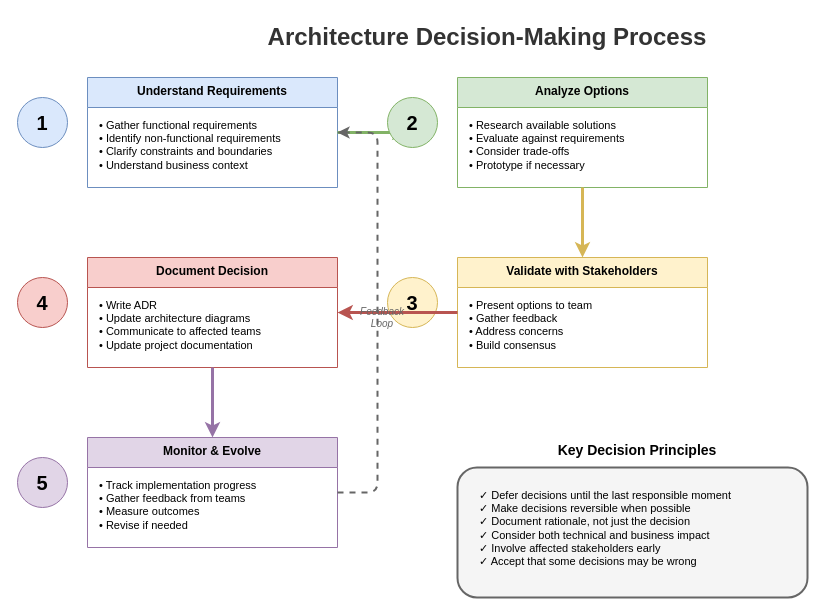
Before: lesson-00-software-architect-overview/diagrams/1.4-decision-making-process.drawio in MrParkerZ7/document-lesson-software-architect-x-claude, a draw.io diagram. Source tidied: cells renumbered, new cells numbered last; positions are measured from the earlier drawing's top-left corner, leaving out a move shared by most shapes. Both pictures are drawn from the tidied source at 100%, with x=0, y=0 at pixel (17, 17).
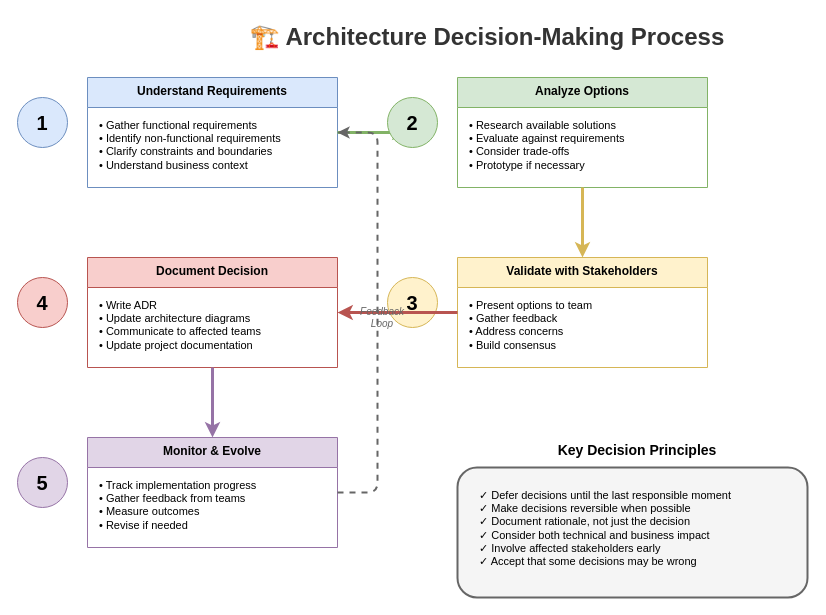
The same diagram, later.

Change to the diagram source:
```diff
@@
-    <mxCell id="2" value="Architecture Decision-Making Process" style="text;html=1;strokeColor=none;fillColor=none;align=center;verticalAlign=middle;whiteSpace=wrap;rounded=0;fontSize=24;fontStyle=1;fontColor=#333333;" parent="1" vertex="1">
+    <mxCell id="2" value="🏗️ Architecture Decision-Making Process" style="text;html=1;strokeColor=none;fillColor=none;align=center;verticalAlign=middle;whiteSpace=wrap;rounded=0;fontSize=24;fontStyle=1;fontColor=#333333;" parent="1" vertex="1">
       <mxGeometry x="220" width="500" height="40" as="geometry" />
     </mxCell>
```
